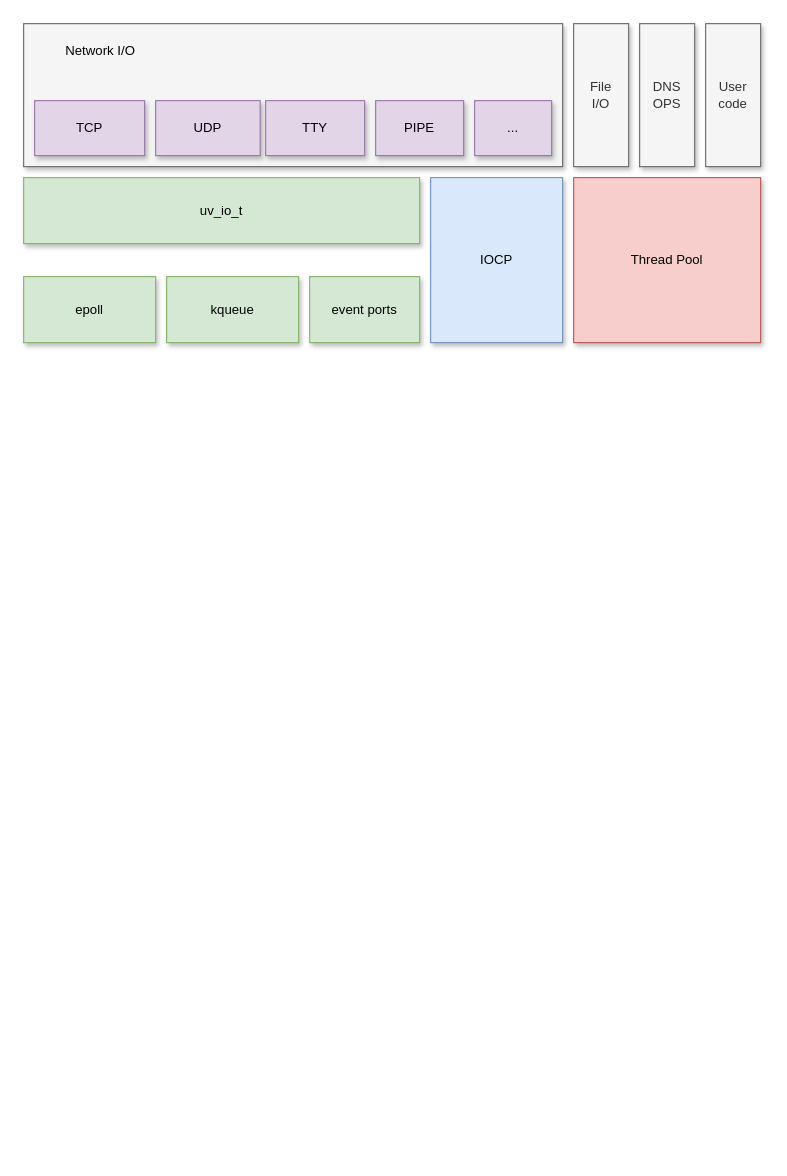
Above: Untitled Diagram.drawio in zhangbiggs/UML_Learn (draw.io), before the change. Source tidied: cells renumbered, new cells numbered last; positions are measured from the earlier drawing's top-left corner, leaving out a move shared by most shapes. Both pictures are drawn from the tidied source at 110%, with x=0, y=0 at pixel (23, 23).
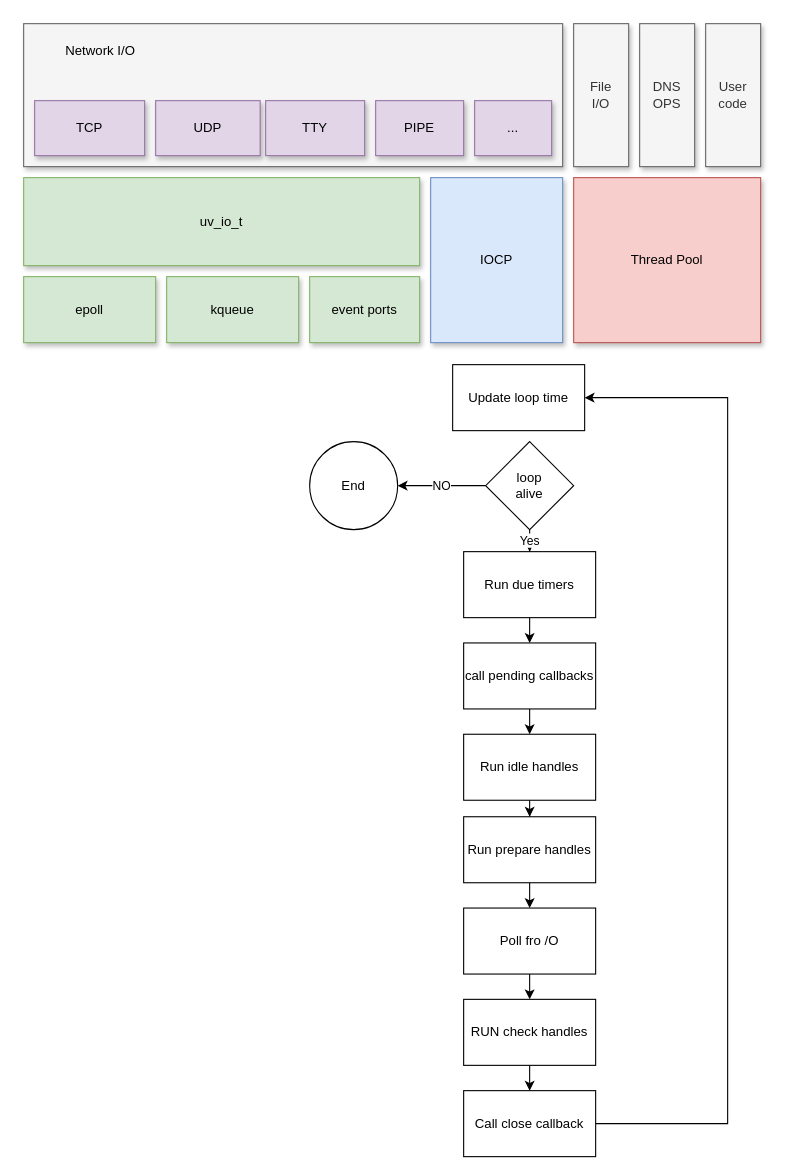
The same page after the edit.

The change refers to these unchanged cells:
```xml
<mxCell id="2" style="group;shadow=1;" parent="1" vertex="1">
  <mxGeometry width="670" height="290" as="geometry" />
</mxCell>
```

The edit, as a diff of the source:
```diff
@@
     <mxCell id="8" value="uv_io_t" style="rounded=0;whiteSpace=wrap;html=1;fillColor=#d5e8d4;strokeColor=#82b366;shadow=1;" parent="2" vertex="1">
-      <mxGeometry y="140" width="360" height="60" as="geometry" />
+      <mxGeometry y="140" width="360" height="80" as="geometry" />
     </mxCell>
@@
+    <mxCell id="19" value="Update loop time" style="whiteSpace=wrap;html=1;" parent="1" vertex="1">
+      <mxGeometry x="390" y="310" width="120" height="60" as="geometry" />
+    </mxCell>
+    <mxCell id="20" value="NO" style="edgeStyle=orthogonalEdgeStyle;rounded=0;jettySize=auto;html=1;exitX=0;exitY=0.5;exitDx=0;exitDy=0;entryX=1;entryY=0.5;entryDx=0;entryDy=0;" parent="1" edge="1" source="22" target="23">
+      <mxGeometry relative="1" as="geometry" />
+    </mxCell>
+    <mxCell id="21" value="Yes" style="edgeStyle=orthogonalEdgeStyle;rounded=0;jettySize=auto;html=1;" parent="1" edge="1" source="22" target="25">
+      <mxGeometry relative="1" as="geometry" />
+    </mxCell>
+    <mxCell id="22" value="loop&lt;br&gt;alive" style="rhombus;whiteSpace=wrap;html=1;" parent="1" vertex="1">
+      <mxGeometry x="420" y="380" width="80" height="80" as="geometry" />
+    </mxCell>
+    <mxCell id="23" value="End" style="ellipse;whiteSpace=wrap;html=1;" parent="1" vertex="1">
+      <mxGeometry x="260" y="380" width="80" height="80" as="geometry" />
+    </mxCell>
+    <mxCell id="24" style="edgeStyle=orthogonalEdgeStyle;rounded=0;jettySize=auto;html=1;" parent="1" edge="1" source="25" target="27">
+      <mxGeometry relative="1" as="geometry" />
+    </mxCell>
+    <mxCell id="25" value="Run due timers" style="whiteSpace=wrap;html=1;" parent="1" vertex="1">
+      <mxGeometry x="400" y="480" width="120" height="60" as="geometry" />
+    </mxCell>
+    <mxCell id="26" style="edgeStyle=orthogonalEdgeStyle;rounded=0;jettySize=auto;html=1;" parent="1" edge="1" source="27" target="29">
+      <mxGeometry relative="1" as="geometry" />
+    </mxCell>
+    <mxCell id="27" value="call pending callbacks" style="whiteSpace=wrap;html=1;" parent="1" vertex="1">
+      <mxGeometry x="400" y="563" width="120" height="60" as="geometry" />
+    </mxCell>
+    <mxCell id="28" style="edgeStyle=orthogonalEdgeStyle;rounded=0;jettySize=auto;html=1;" parent="1" edge="1" source="29" target="31">
+      <mxGeometry relative="1" as="geometry" />
+    </mxCell>
+    <mxCell id="29" value="Run idle handles" style="whiteSpace=wrap;html=1;" parent="1" vertex="1">
+      <mxGeometry x="400" y="646" width="120" height="60" as="geometry" />
+    </mxCell>
+    <mxCell id="30" style="edgeStyle=orthogonalEdgeStyle;rounded=0;jettySize=auto;html=1;" parent="1" edge="1" source="31" target="33">
+      <mxGeometry relative="1" as="geometry" />
+    </mxCell>
+    <mxCell id="31" value="Run prepare handles" style="whiteSpace=wrap;html=1;" parent="1" vertex="1">
+      <mxGeometry x="400" y="721" width="120" height="60" as="geometry" />
+    </mxCell>
+    <mxCell id="32" style="edgeStyle=orthogonalEdgeStyle;rounded=0;jettySize=auto;html=1;" parent="1" edge="1" source="33" target="35">
+      <mxGeometry relative="1" as="geometry" />
+    </mxCell>
+    <mxCell id="33" value="Poll fro /O" style="whiteSpace=wrap;html=1;" parent="1" vertex="1">
+      <mxGeometry x="400" y="804" width="120" height="60" as="geometry" />
+    </mxCell>
+    <mxCell id="34" style="edgeStyle=orthogonalEdgeStyle;rounded=0;jettySize=auto;html=1;" parent="1" edge="1" source="35" target="37">
+      <mxGeometry relative="1" as="geometry" />
+    </mxCell>
+    <mxCell id="35" value="RUN check handles" style="whiteSpace=wrap;html=1;" parent="1" vertex="1">
+      <mxGeometry x="400" y="887" width="120" height="60" as="geometry" />
+    </mxCell>
+    <mxCell id="36" style="edgeStyle=orthogonalEdgeStyle;rounded=0;jettySize=auto;html=1;exitX=1;exitY=0.5;exitDx=0;exitDy=0;entryX=1;entryY=0.5;entryDx=0;entryDy=0;" parent="1" edge="1" source="37" target="19">
+      <mxGeometry relative="1" as="geometry">
+        <Array as="points">
+          <mxPoint x="640" y="1000" />
+          <mxPoint x="640" y="340" />
+        </Array>
+      </mxGeometry>
+    </mxCell>
+    <mxCell id="37" value="Call close callback" style="whiteSpace=wrap;html=1;" parent="1" vertex="1">
+      <mxGeometry x="400" y="970" width="120" height="60" as="geometry" />
+    </mxCell>
```
